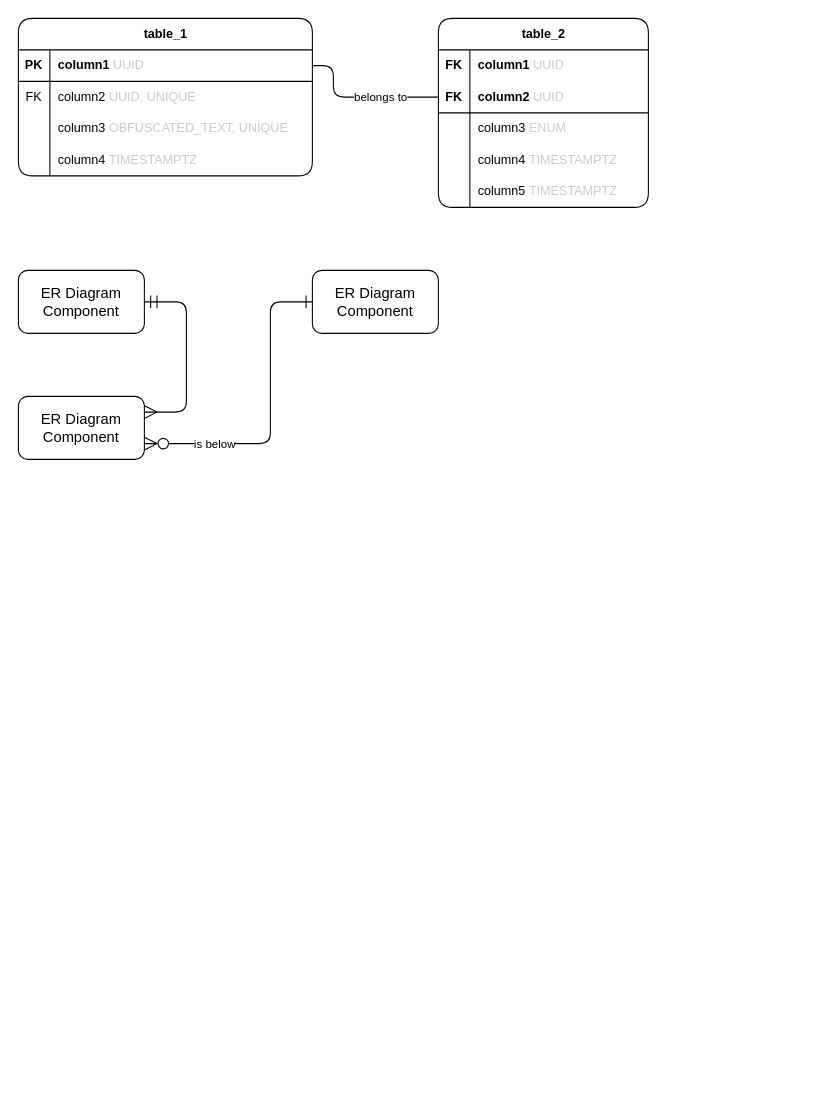
Before: page "Component Templates" (1 of 3) of SnowballR Diagrams.drawio in SE-UUlm/snowballr, a draw.io diagram. Source tidied: cells renumbered, new cells numbered last; positions are measured from the earlier drawing's top-left corner, leaving out a move shared by most shapes. Both pictures are drawn from the tidied source at 105%, with x=0, y=0 at pixel (18, 18).
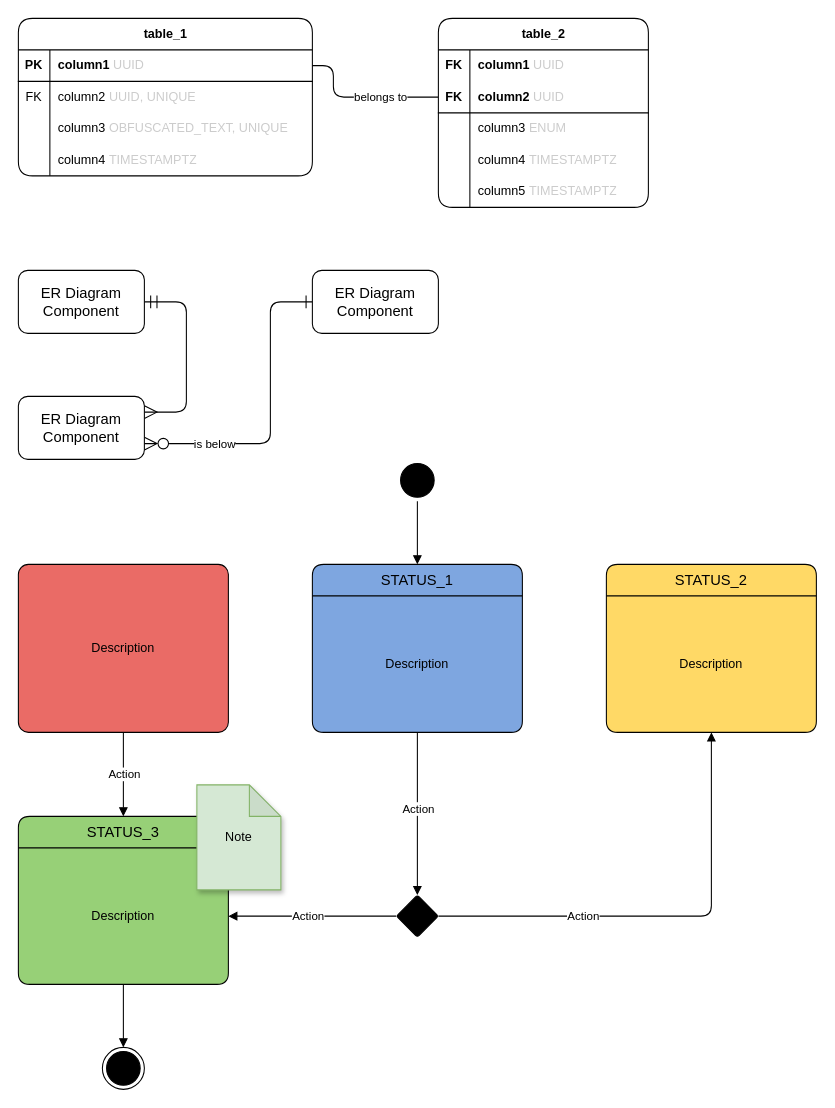
The same diagram, later.

Commit message:
feat: add state diagram templates

What changed in the source:
```diff
@@
+    <mxCell id="39" style="edgeStyle=orthogonalEdgeStyle;rounded=1;jettySize=auto;html=1;exitX=0.5;exitY=1;exitDx=0;exitDy=0;entryX=0.5;entryY=0;entryDx=0;entryDy=0;curved=0;endArrow=block;endFill=1;" parent="1" edge="1" source="41" target="46">
+      <mxGeometry relative="1" as="geometry" />
+    </mxCell>
+    <mxCell id="40" value="Action" style="edgeLabel;html=1;align=center;verticalAlign=middle;" parent="39" vertex="1">
+      <mxGeometry x="-0.02" relative="1" as="geometry" />
+    </mxCell>
+    <mxCell id="41" value="Description" style="rounded=1;whiteSpace=wrap;html=1;fillColor=#EA6B66;arcSize=6;" parent="1" vertex="1">
+      <mxGeometry y="520" width="200" height="160" as="geometry" />
+    </mxCell>
+    <mxCell id="42" value="STATUS_1" style="swimlane;horizontal=1;startSize=30;rounded=1;fontSize=14;fontStyle=0;strokeWidth=1;shadow=0;dashed=0;align=center;arcSize=12;whiteSpace=wrap;html=1;swimlaneFillColor=#7EA6E0;fillColor=#7EA6E0;verticalAlign=middle;" parent="1" vertex="1">
+      <mxGeometry x="280" y="520" width="200" height="160" as="geometry" />
+    </mxCell>
+    <mxCell id="43" value="Description" style="align=center;strokeColor=none;fillColor=none;spacingLeft=4;spacingRight=4;fontSize=12;verticalAlign=middle;html=1;whiteSpace=wrap;" parent="42" vertex="1">
+      <mxGeometry y="30" width="200" height="130" as="geometry" />
+    </mxCell>
+    <mxCell id="44" value="STATUS_2" style="swimlane;horizontal=1;startSize=30;rounded=1;fontSize=14;fontStyle=0;strokeWidth=1;shadow=0;dashed=0;align=center;arcSize=12;whiteSpace=wrap;html=1;swimlaneFillColor=#FFD966;fillColor=#FFD966;swimlaneLine=1;swimlaneHead=1;swimlaneBody=1;" parent="1" vertex="1">
+      <mxGeometry x="560" y="520" width="200" height="160" as="geometry" />
+    </mxCell>
+    <mxCell id="45" value="Description" style="align=center;strokeColor=none;fillColor=none;spacingLeft=4;spacingRight=4;fontSize=12;verticalAlign=middle;html=1;whiteSpace=wrap;" parent="44" vertex="1">
+      <mxGeometry y="30" width="200" height="130" as="geometry" />
+    </mxCell>
+    <mxCell id="46" value="STATUS_3" style="swimlane;horizontal=1;startSize=30;rounded=1;fontSize=14;fontStyle=0;strokeWidth=1;shadow=0;dashed=0;align=center;arcSize=12;whiteSpace=wrap;html=1;swimlaneFillColor=#97D077;fillColor=#97D077;" parent="1" vertex="1">
+      <mxGeometry y="760" width="200" height="160" as="geometry" />
+    </mxCell>
+    <mxCell id="47" value="Description" style="align=center;strokeColor=none;fillColor=none;spacingLeft=4;spacingRight=4;fontSize=12;verticalAlign=middle;html=1;whiteSpace=wrap;" parent="46" vertex="1">
+      <mxGeometry y="30" width="200" height="130" as="geometry" />
+    </mxCell>
+    <mxCell id="48" style="edgeStyle=orthogonalEdgeStyle;rounded=1;jettySize=auto;html=1;exitX=0;exitY=0.5;exitDx=0;exitDy=0;entryX=1;entryY=0.5;entryDx=0;entryDy=0;curved=0;endArrow=block;endFill=1;" parent="1" edge="1" source="52" target="47">
+      <mxGeometry relative="1" as="geometry" />
+    </mxCell>
+    <mxCell id="49" value="Action" style="edgeLabel;html=1;align=center;verticalAlign=middle;" parent="48" vertex="1">
+      <mxGeometry x="0.06" y="-1" relative="1" as="geometry" />
+    </mxCell>
+    <mxCell id="50" style="edgeStyle=orthogonalEdgeStyle;rounded=1;jettySize=auto;html=1;exitX=1;exitY=0.5;exitDx=0;exitDy=0;entryX=0.5;entryY=1;entryDx=0;entryDy=0;curved=0;endArrow=block;endFill=1;" parent="1" edge="1" source="52" target="45">
+      <mxGeometry relative="1" as="geometry" />
+    </mxCell>
+    <mxCell id="51" value="Action" style="edgeLabel;html=1;align=center;verticalAlign=middle;" parent="50" vertex="1">
+      <mxGeometry x="-0.37" y="-3" relative="1" as="geometry">
+        <mxPoint y="-4" as="offset" />
+      </mxGeometry>
+    </mxCell>
+    <mxCell id="52" style="rhombus;whiteSpace=wrap;html=1;fillColor=#000000;rounded=1;arcSize=5;" parent="1" vertex="1">
+      <mxGeometry x="360" y="835" width="40" height="40" as="geometry" />
+    </mxCell>
+    <mxCell id="53" style="edgeStyle=orthogonalEdgeStyle;rounded=1;jettySize=auto;html=1;exitX=0.5;exitY=1;exitDx=0;exitDy=0;entryX=0.5;entryY=0;entryDx=0;entryDy=0;curved=0;endArrow=block;endFill=1;" parent="1" edge="1" source="43" target="52">
+      <mxGeometry relative="1" as="geometry" />
+    </mxCell>
+    <mxCell id="54" value="Action" style="edgeLabel;html=1;align=center;verticalAlign=middle;" parent="53" vertex="1">
+      <mxGeometry x="-0.07" relative="1" as="geometry" />
+    </mxCell>
+    <mxCell id="55" style="ellipse;html=1;shape=endState;fillColor=#000000;strokeColor=#000000;" parent="1" vertex="1">
+      <mxGeometry x="80" y="980" width="40" height="40" as="geometry" />
+    </mxCell>
+    <mxCell id="56" style="edgeStyle=orthogonalEdgeStyle;rounded=1;jettySize=auto;html=1;exitX=0.5;exitY=1;exitDx=0;exitDy=0;entryX=0.5;entryY=0;entryDx=0;entryDy=0;curved=0;endArrow=block;endFill=1;" parent="1" edge="1" source="47" target="55">
+      <mxGeometry relative="1" as="geometry" />
+    </mxCell>
+    <mxCell id="57" style="edgeStyle=orthogonalEdgeStyle;rounded=1;jettySize=auto;html=1;exitX=0.5;exitY=1;exitDx=0;exitDy=0;entryX=0.5;entryY=0;entryDx=0;entryDy=0;curved=0;endArrow=block;endFill=1;" parent="1" edge="1" source="58" target="42">
+      <mxGeometry relative="1" as="geometry" />
+    </mxCell>
+    <mxCell id="58" style="ellipse;html=1;shape=startState;fillColor=#000000;strokeColor=#000000;" parent="1" vertex="1">
+      <mxGeometry x="360" y="420" width="40" height="40" as="geometry" />
+    </mxCell>
+    <mxCell id="59" value="Note" style="shape=note;whiteSpace=wrap;html=1;backgroundOutline=1;darkOpacity=0.05;fillColor=#d5e8d4;strokeColor=#82b366;shadow=1;" parent="1" vertex="1">
+      <mxGeometry x="170" y="730" width="80" height="100" as="geometry" />
+    </mxCell>
```
